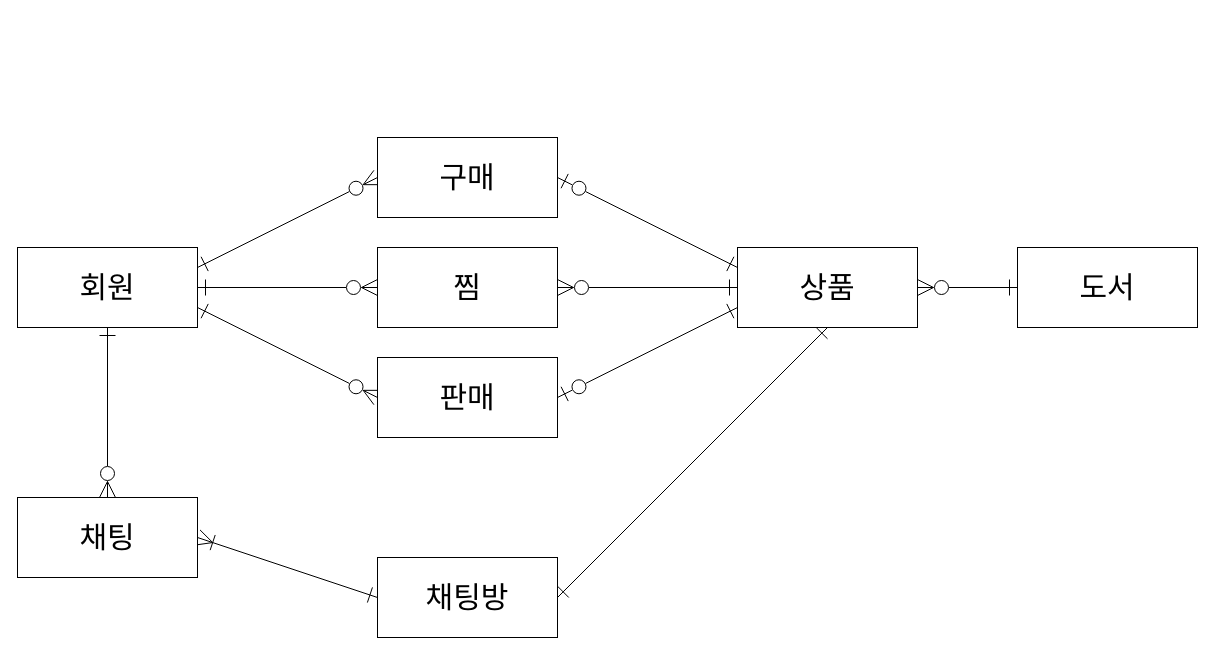
This is documents/Domain_Model_Diagram.drawio from babybeb/users-used-book-store, a draw.io file, before an edit. Source tidied: cells renumbered, new cells numbered last; positions are measured from the earlier drawing's top-left corner, leaving out a move shared by most shapes. Both pictures are drawn from the tidied source at 100%, with x=0, y=0 at pixel (17, 137).
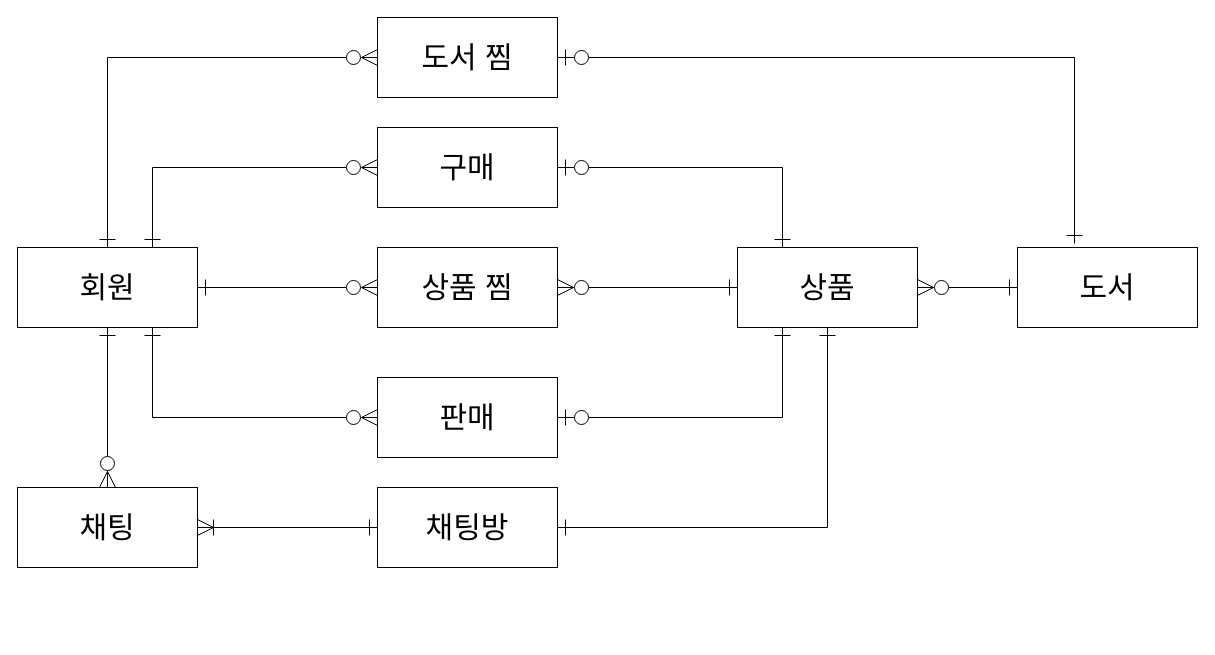
The same diagram, later.

Commit message (it also covers changes not shown here):
Fix Domain_Model_Diagram, Entity_Relationship_Diagram

The change refers to these unchanged cells:
```xml
<mxCell id="6" value="&lt;font style=&quot;font-size: 30px&quot;&gt;회원&lt;/font&gt;" style="rounded=0;whiteSpace=wrap;html=1;" parent="1" vertex="1">
  <mxGeometry y="110" width="180" height="80" as="geometry" />
</mxCell>
<mxCell id="14" value="&lt;span style=&quot;font-size: 30px&quot;&gt;상품&lt;/span&gt;" style="rounded=0;whiteSpace=wrap;html=1;" parent="1" vertex="1">
  <mxGeometry x="720" y="110" width="180" height="80" as="geometry" />
</mxCell>
```

The edit, as a diff of the source:
```diff
@@
-    <mxCell id="2" style="rounded=0;jettySize=auto;html=1;fontSize=30;endArrow=ERzeroToMany;endFill=0;endSize=14;startArrow=ERone;startFill=0;startSize=14;exitX=1;exitY=0.25;exitDx=0;exitDy=0;entryX=0;entryY=0.5;entryDx=0;entryDy=0;" parent="1" edge="1" source="6" target="8">
-      <mxGeometry relative="1" as="geometry" />
+    <mxCell id="2" style="rounded=0;jettySize=auto;html=1;fontSize=30;endArrow=ERzeroToMany;endFill=0;endSize=14;startArrow=ERone;startFill=0;startSize=14;exitX=0.75;exitY=0;exitDx=0;exitDy=0;entryX=0;entryY=0.5;entryDx=0;entryDy=0;" parent="1" edge="1" source="6" target="8">
+      <mxGeometry relative="1" as="geometry">
+        <Array as="points">
+          <mxPoint x="135" y="30" />
+        </Array>
+      </mxGeometry>
     </mxCell>
-    <mxCell id="3" style="rounded=0;jettySize=auto;html=1;fontSize=30;endArrow=ERzeroToMany;endFill=0;endSize=14;startArrow=ERone;startFill=0;startSize=14;entryX=0;entryY=0.5;entryDx=0;entryDy=0;exitX=1;exitY=0.75;exitDx=0;exitDy=0;" parent="1" edge="1" source="6" target="10">
-      <mxGeometry relative="1" as="geometry" />
+    <mxCell id="3" style="rounded=0;jettySize=auto;html=1;fontSize=30;endArrow=ERzeroToMany;endFill=0;endSize=14;startArrow=ERone;startFill=0;startSize=14;entryX=0;entryY=0.5;entryDx=0;entryDy=0;exitX=0.75;exitY=1;exitDx=0;exitDy=0;" parent="1" edge="1" source="6" target="10">
+      <mxGeometry relative="1" as="geometry">
+        <Array as="points">
+          <mxPoint x="135" y="280" />
+        </Array>
+      </mxGeometry>
     </mxCell>
@@
-    <mxCell id="7" style="rounded=0;jettySize=auto;html=1;fontSize=30;startArrow=ERzeroToOne;startFill=0;endArrow=ERone;endFill=0;startSize=14;endSize=14;exitX=1;exitY=0.5;exitDx=0;exitDy=0;entryX=0;entryY=0.25;entryDx=0;entryDy=0;" parent="1" edge="1" source="8" target="14">
-      <mxGeometry relative="1" as="geometry" />
+    <mxCell id="7" style="rounded=0;jettySize=auto;html=1;fontSize=30;startArrow=ERzeroToOne;startFill=0;endArrow=ERone;endFill=0;startSize=14;endSize=14;exitX=1;exitY=0.5;exitDx=0;exitDy=0;entryX=0.25;entryY=0;entryDx=0;entryDy=0;" parent="1" edge="1" source="8" target="14">
+      <mxGeometry relative="1" as="geometry">
+        <Array as="points">
+          <mxPoint x="765" y="30" />
+        </Array>
+      </mxGeometry>
     </mxCell>
     <mxCell id="8" value="&lt;span style=&quot;font-size: 30px&quot;&gt;구매&lt;/span&gt;" style="rounded=0;whiteSpace=wrap;html=1;" parent="1" vertex="1">
-      <mxGeometry x="360" width="180" height="80" as="geometry" />
+      <mxGeometry x="360" y="-10" width="180" height="80" as="geometry" />
     </mxCell>
-    <mxCell id="9" style="rounded=0;jettySize=auto;html=1;fontSize=30;startArrow=ERzeroToOne;startFill=0;endArrow=ERone;endFill=0;startSize=14;endSize=14;exitX=1;exitY=0.5;exitDx=0;exitDy=0;entryX=0;entryY=0.75;entryDx=0;entryDy=0;" parent="1" edge="1" source="10" target="14">
-      <mxGeometry relative="1" as="geometry" />
+    <mxCell id="9" style="rounded=0;jettySize=auto;html=1;fontSize=30;startArrow=ERzeroToOne;startFill=0;endArrow=ERone;endFill=0;startSize=14;endSize=14;exitX=1;exitY=0.5;exitDx=0;exitDy=0;entryX=0.25;entryY=1;entryDx=0;entryDy=0;" parent="1" edge="1" source="10" target="14">
+      <mxGeometry relative="1" as="geometry">
+        <Array as="points">
+          <mxPoint x="765" y="280" />
+        </Array>
+      </mxGeometry>
     </mxCell>
     <mxCell id="10" value="&lt;font style=&quot;font-size: 30px&quot;&gt;판매&lt;/font&gt;" style="rounded=0;whiteSpace=wrap;html=1;" parent="1" vertex="1">
-      <mxGeometry x="360" y="220" width="180" height="80" as="geometry" />
+      <mxGeometry x="360" y="240" width="180" height="80" as="geometry" />
     </mxCell>
@@
-    <mxCell id="12" value="&lt;span style=&quot;font-size: 30px&quot;&gt;찜&lt;/span&gt;" style="rounded=0;whiteSpace=wrap;html=1;" parent="1" vertex="1">
+    <mxCell id="12" value="&lt;span style=&quot;font-size: 30px&quot;&gt;상품 찜&lt;/span&gt;" style="rounded=0;whiteSpace=wrap;html=1;" parent="1" vertex="1">
       <mxGeometry x="360" y="110" width="180" height="80" as="geometry" />
     </mxCell>
@@
     <mxCell id="17" style="rounded=0;jettySize=auto;html=1;startArrow=ERone;startFill=0;endArrow=ERone;endFill=0;targetPerimeterSpacing=0;strokeWidth=1;endSize=14;startSize=14;exitX=1;exitY=0.5;exitDx=0;exitDy=0;entryX=0.5;entryY=1;entryDx=0;entryDy=0;" parent="1" edge="1" source="18" target="14">
-      <mxGeometry relative="1" as="geometry" />
+      <mxGeometry relative="1" as="geometry">
+        <Array as="points">
+          <mxPoint x="810" y="390" />
+        </Array>
+      </mxGeometry>
     </mxCell>
     <mxCell id="18" value="&lt;span style=&quot;font-size: 30px&quot;&gt;채팅방&lt;/span&gt;" style="rounded=0;whiteSpace=wrap;html=1;" parent="1" vertex="1">
-      <mxGeometry x="360" y="420" width="180" height="80" as="geometry" />
+      <mxGeometry x="360" y="350" width="180" height="80" as="geometry" />
     </mxCell>
     <mxCell id="19" value="&lt;span style=&quot;font-size: 30px&quot;&gt;채팅&lt;/span&gt;" style="rounded=0;whiteSpace=wrap;html=1;" parent="1" vertex="1">
-      <mxGeometry y="360" width="180" height="80" as="geometry" />
+      <mxGeometry y="350" width="180" height="80" as="geometry" />
     </mxCell>
+    <mxCell id="20" value="&lt;span style=&quot;font-size: 30px&quot;&gt;도서 찜&lt;/span&gt;" style="rounded=0;whiteSpace=wrap;html=1;" parent="1" vertex="1">
+      <mxGeometry x="360" y="-120" width="180" height="80" as="geometry" />
+    </mxCell>
+    <mxCell id="21" style="rounded=0;jettySize=auto;html=1;fontSize=30;endArrow=ERzeroToMany;endFill=0;endSize=14;startArrow=ERone;startFill=0;startSize=14;exitX=0.5;exitY=0;exitDx=0;exitDy=0;entryX=0;entryY=0.5;entryDx=0;entryDy=0;" parent="1" edge="1" source="6" target="20">
+      <mxGeometry relative="1" as="geometry">
+        <Array as="points">
+          <mxPoint x="90" y="-80" />
+        </Array>
+      </mxGeometry>
+    </mxCell>
+    <mxCell id="22" style="rounded=0;jettySize=auto;html=1;fontSize=30;startArrow=ERzeroToOne;startFill=0;endArrow=ERone;endFill=0;startSize=14;endSize=14;exitX=1;exitY=0.5;exitDx=0;exitDy=0;" parent="1" edge="1" source="20">
+      <mxGeometry relative="1" as="geometry">
+        <mxPoint x="1057" y="106" as="targetPoint" />
+        <Array as="points">
+          <mxPoint x="1057" y="-80" />
+        </Array>
+      </mxGeometry>
+    </mxCell>
```
